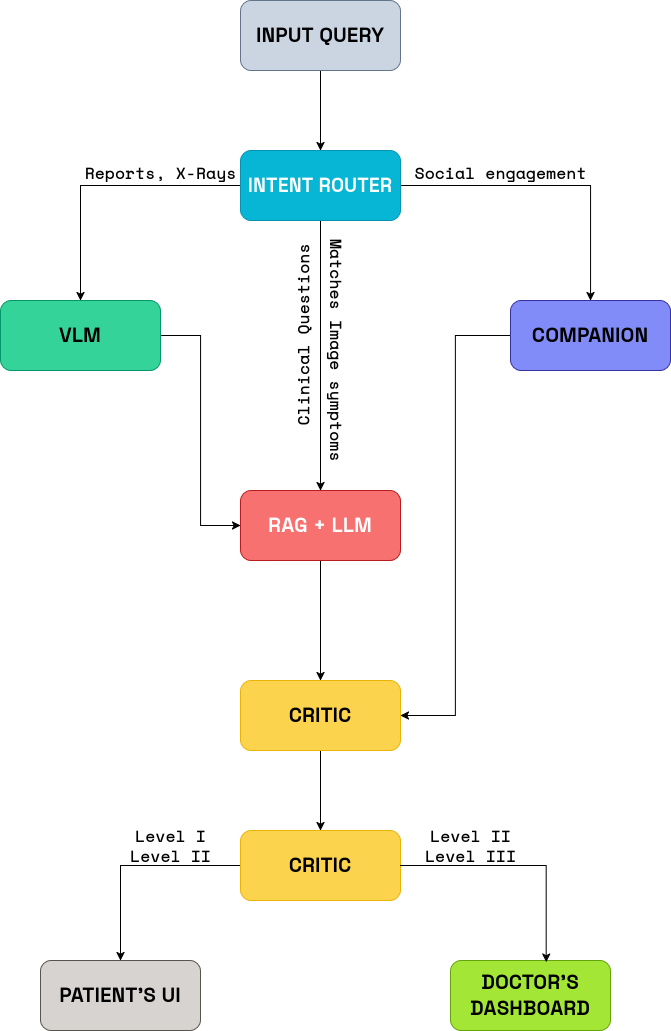
This is assets/flow.png from MedTriage/agents-core, a draw.io export, as it was before one commit. Source tidied: cells renumbered, new cells last; positions are measured from the earlier drawing's top-left corner, leaving out a move shared by most shapes.
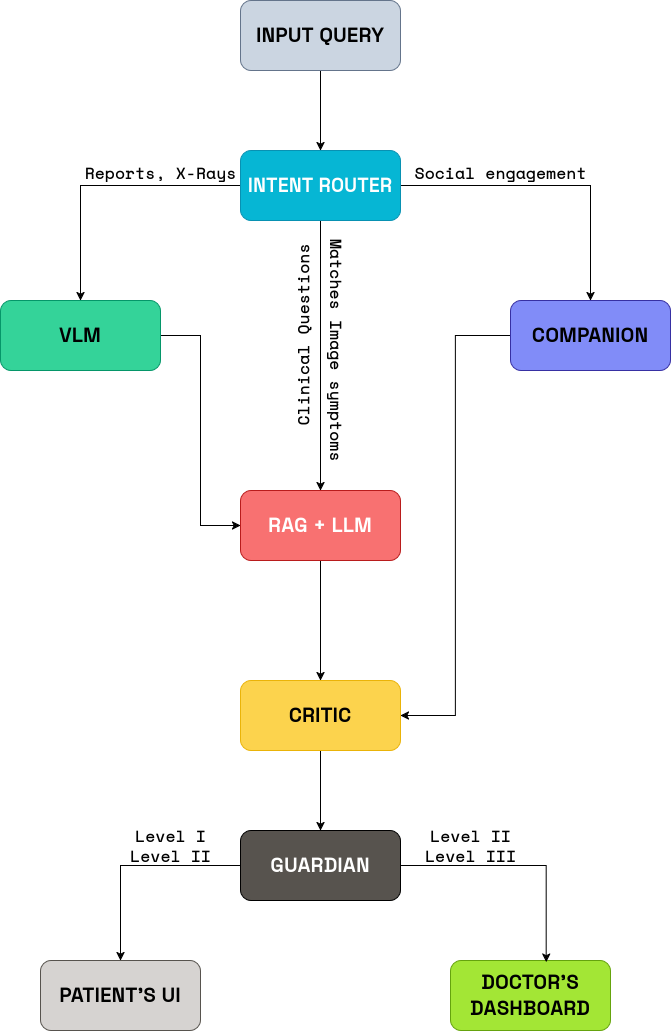
Above is the later version.

The edit, as a diff of the source:
```diff
@@ -77,7 +77,7 @@
     <mxCell id="26" style="edgeStyle=orthogonalEdgeStyle;rounded=0;jettySize=auto;html=1;" parent="1" edge="1" source="27" target="20">
       <mxGeometry relative="1" as="geometry" />
     </mxCell>
-    <mxCell id="27" value="&lt;font face=&quot;Space Grotesk&quot; style=&quot;color: rgb(0, 0, 0);&quot;&gt;CRITIC&lt;/font&gt;" style="rounded=1;whiteSpace=wrap;html=1;fontSize=20;fontStyle=1;fillColor=light-dark(#FCD34D,#6DB2FF);fontColor=#ffffff;strokeColor=light-dark(#eab308, #289eba);" parent="1" vertex="1">
+    <mxCell id="27" value="&lt;font face=&quot;Space Grotesk&quot;&gt;GUARDIAN&lt;/font&gt;" style="rounded=1;whiteSpace=wrap;html=1;fontSize=20;fontStyle=1;fillColor=light-dark(#57534e, #6DB2FF);fontColor=#ffffff;strokeColor=light-dark(#000000, #289eba);" parent="1" vertex="1">
       <mxGeometry x="240" y="830" width="160" height="70" as="geometry" />
     </mxCell>
     <mxCell id="28" style="edgeStyle=orthogonalEdgeStyle;rounded=0;jettySize=auto;html=1;entryX=0.598;entryY=0.024;entryDx=0;entryDy=0;entryPerimeter=0;" parent="1" edge="1" source="27" target="21">
```
